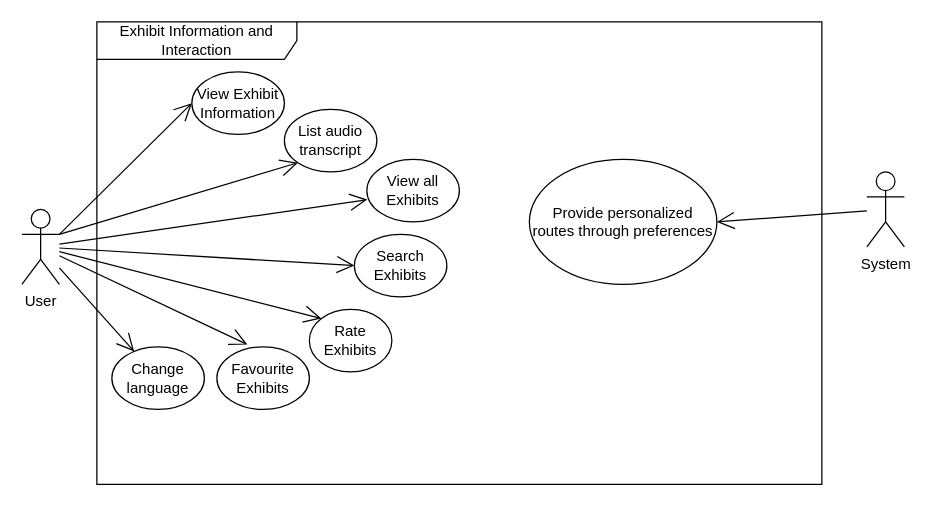
Before: Use Case Diagrams/Exhibit Information and Interaction.drawio in gsklaven/MusePath, a draw.io diagram. Source tidied: cells renumbered, new cells numbered last; positions are measured from the earlier drawing's top-left corner, leaving out a move shared by most shapes. Both pictures are drawn from the tidied source at 125%, with x=0, y=0 at pixel (21, 21).
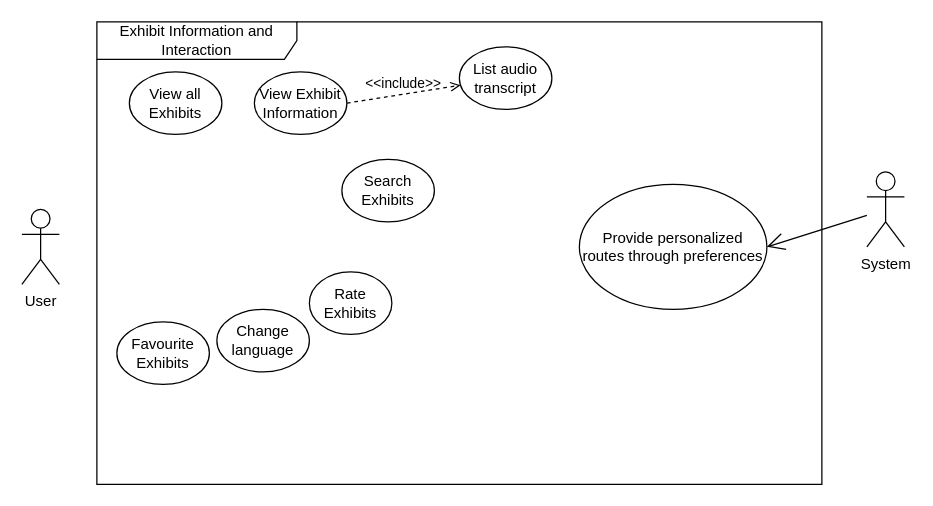
The same page after the edit.

The change refers to these unchanged cells:
```xml
<mxCell id="2" value="Exhibit Information and Interaction" style="shape=umlFrame;whiteSpace=wrap;html=1;width=160;" parent="1" vertex="1">
  <mxGeometry x="60" width="580" height="370" as="geometry" />
</mxCell>
<mxCell id="4" value="User" style="shape=umlActor;verticalLabelPosition=bottom;verticalAlign=top;html=1;" parent="2" vertex="1">
  <mxGeometry x="-60" y="150" width="30" height="60" as="geometry" />
</mxCell>
```

What changed in the source:
```diff
@@
     <mxCell id="3" value="Provide personalized routes through preferences" style="ellipse;whiteSpace=wrap;html=1;" parent="2" vertex="1">
-      <mxGeometry x="346" y="110" width="150" height="100" as="geometry" />
+      <mxGeometry x="386" y="130" width="150" height="100" as="geometry" />
     </mxCell>
@@
-    <mxCell id="5" style="endArrow=open;endFill=1;endSize=12;html=1;rounded=0;exitX=1;exitY=0.3333333333333333;exitDx=0;exitDy=0;exitPerimeter=0;entryX=0;entryY=0.5;entryDx=0;entryDy=0;" parent="2" edge="1" source="4" target="6">
-      <mxGeometry relative="1" as="geometry" />
-    </mxCell>
     <mxCell id="6" value="View Exhibit Information" style="ellipse;whiteSpace=wrap;html=1;" parent="2" vertex="1">
-      <mxGeometry x="76" y="40" width="74" height="50" as="geometry" />
+      <mxGeometry x="126" y="40" width="74" height="50" as="geometry" />
     </mxCell>
     <mxCell id="7" value="List audio transcript" style="ellipse;whiteSpace=wrap;html=1;" parent="2" vertex="1">
-      <mxGeometry x="150" y="70" width="74" height="50" as="geometry" />
+      <mxGeometry x="290" y="20" width="74" height="50" as="geometry" />
     </mxCell>
     <mxCell id="8" value="View all Exhibits" style="ellipse;whiteSpace=wrap;html=1;" parent="2" vertex="1">
-      <mxGeometry x="216" y="110" width="74" height="50" as="geometry" />
+      <mxGeometry x="26" y="40" width="74" height="50" as="geometry" />
     </mxCell>
     <mxCell id="9" value="Search Exhibits" style="ellipse;whiteSpace=wrap;html=1;" parent="2" vertex="1">
-      <mxGeometry x="206" y="170" width="74" height="50" as="geometry" />
+      <mxGeometry x="196" y="110" width="74" height="50" as="geometry" />
     </mxCell>
     <mxCell id="10" value="Rate Exhibits" style="ellipse;whiteSpace=wrap;html=1;" parent="2" vertex="1">
-      <mxGeometry x="170" y="230" width="66" height="50" as="geometry" />
+      <mxGeometry x="170" y="200" width="66" height="50" as="geometry" />
     </mxCell>
     <mxCell id="11" value="Favourite Exhibits" style="ellipse;whiteSpace=wrap;html=1;" parent="2" vertex="1">
-      <mxGeometry x="96" y="260" width="74" height="50" as="geometry" />
+      <mxGeometry x="16" y="240" width="74" height="50" as="geometry" />
     </mxCell>
     <mxCell id="12" value="Change language" style="ellipse;whiteSpace=wrap;html=1;" parent="2" vertex="1">
-      <mxGeometry x="12" y="260" width="74" height="50" as="geometry" />
+      <mxGeometry x="96" y="230" width="74" height="50" as="geometry" />
     </mxCell>
-    <mxCell id="13" style="endArrow=open;endFill=1;endSize=12;html=1;rounded=0;exitX=1;exitY=0.3333333333333333;exitDx=0;exitDy=0;exitPerimeter=0;entryX=0;entryY=1;entryDx=0;entryDy=0;" parent="2" edge="1" source="4" target="7">
-      <mxGeometry relative="1" as="geometry" />
-    </mxCell>
-    <mxCell id="14" style="endArrow=open;endFill=1;endSize=12;html=1;rounded=0;entryX=0.005;entryY=0.644;entryDx=0;entryDy=0;entryPerimeter=0;" parent="2" edge="1" source="4" target="8">
-      <mxGeometry relative="1" as="geometry" />
-    </mxCell>
-    <mxCell id="15" style="endArrow=open;endFill=1;endSize=12;html=1;rounded=0;entryX=0;entryY=0.5;entryDx=0;entryDy=0;" parent="2" edge="1" source="4" target="9">
-      <mxGeometry relative="1" as="geometry" />
-    </mxCell>
-    <mxCell id="16" style="endArrow=open;endFill=1;endSize=12;html=1;rounded=0;entryX=0;entryY=0;entryDx=0;entryDy=0;" parent="2" edge="1" source="4" target="10">
-      <mxGeometry relative="1" as="geometry" />
-    </mxCell>
-    <mxCell id="17" style="endArrow=open;endFill=1;endSize=12;html=1;rounded=0;" parent="2" edge="1" source="4" target="12">
-      <mxGeometry relative="1" as="geometry" />
-    </mxCell>
-    <mxCell id="18" style="endArrow=open;endFill=1;endSize=12;html=1;rounded=0;entryX=0.33;entryY=-0.036;entryDx=0;entryDy=0;entryPerimeter=0;" parent="2" edge="1" source="4" target="11">
-      <mxGeometry relative="1" as="geometry" />
-    </mxCell>
+    <mxCell id="21" value="&amp;lt;&amp;lt;include&amp;gt;&amp;gt;" style="html=1;verticalAlign=bottom;labelBackgroundColor=none;endArrow=open;endFill=0;dashed=1;rounded=0;exitX=1;exitY=0.5;exitDx=0;exitDy=0;" parent="2" edge="1" source="6" target="7">
+      <mxGeometry relative="1" as="geometry" />
+    </mxCell>
```
